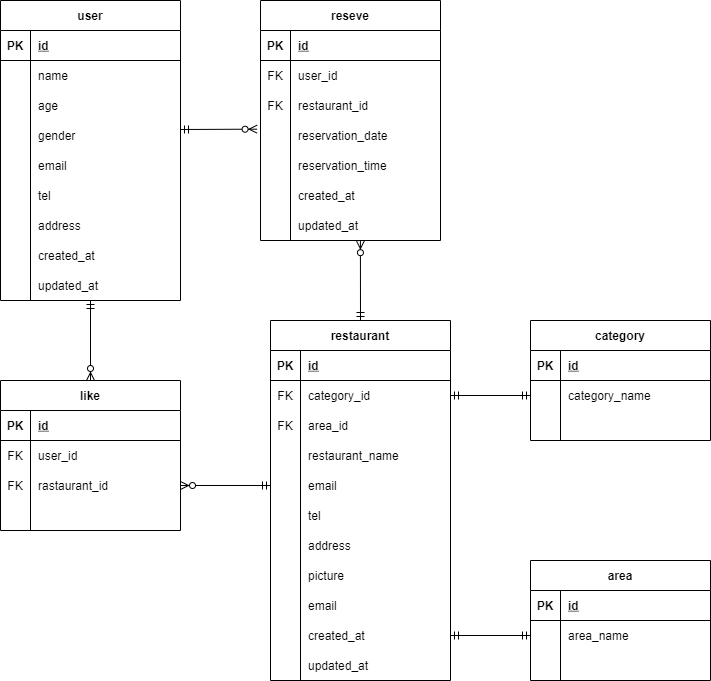
The draw.io diagram 20210920.drawio.png in ryo0709/20210920_er.png, before a commit. Source tidied: cells renumbered, new cells last; positions are measured from the earlier drawing's top-left corner, leaving out a move shared by most shapes.
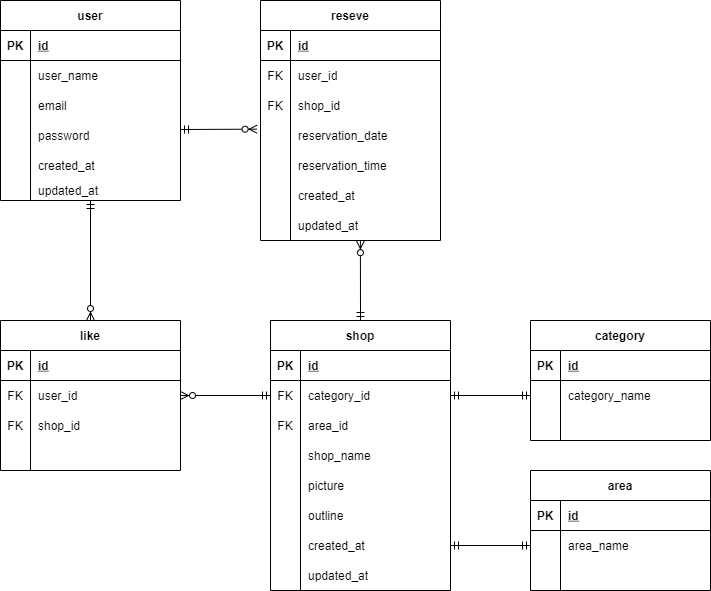
Above is the later version.

Diff of the diagram source:
```diff
@@ -3,7 +3,7 @@
     <mxCell id="0" />
     <mxCell id="1" parent="0" />
     <mxCell id="2" value="user" style="shape=table;startSize=30;rowLines=0;fontStyle=1;align=center;" parent="1" vertex="1">
-      <mxGeometry width="180" height="300" as="geometry" />
+      <mxGeometry width="180" height="200" as="geometry" />
     </mxCell>
     <mxCell id="3" style="shape=partialRectangle;fillColor=none;top=0;left=0;bottom=1;right=0;" parent="2" vertex="1">
       <mxGeometry y="30" width="180" height="30" as="geometry" />
@@ -20,56 +20,29 @@
     <mxCell id="7" style="shape=partialRectangle;fillColor=none;top=0;left=0;bottom=0;right=0;overflow=hidden;" parent="6" vertex="1">
       <mxGeometry width="30" height="30" as="geometry" />
     </mxCell>
-    <mxCell id="8" value="name" style="shape=partialRectangle;fillColor=none;top=0;left=0;bottom=0;right=0;align=left;spacingLeft=6;overflow=hidden;" parent="6" vertex="1">
+    <mxCell id="8" value="user_name" style="shape=partialRectangle;fillColor=none;top=0;left=0;bottom=0;right=0;align=left;spacingLeft=6;overflow=hidden;" parent="6" vertex="1">
       <mxGeometry x="30" width="150" height="30" as="geometry" />
     </mxCell>
-    <mxCell id="9" style="shape=partialRectangle;fillColor=none;top=0;left=0;bottom=0;right=0;" parent="2" vertex="1">
-      <mxGeometry y="90" width="180" height="30" as="geometry" />
-    </mxCell>
-    <mxCell id="10" style="shape=partialRectangle;fillColor=none;top=0;left=0;bottom=0;right=0;overflow=hidden;" parent="9" vertex="1">
-      <mxGeometry width="30" height="30" as="geometry" />
-    </mxCell>
-    <mxCell id="11" value="age" style="shape=partialRectangle;fillColor=none;top=0;left=0;bottom=0;right=0;align=left;spacingLeft=6;overflow=hidden;" parent="9" vertex="1">
-      <mxGeometry x="30" width="150" height="30" as="geometry" />
-    </mxCell>
     <mxCell id="12" style="shape=partialRectangle;fillColor=none;top=0;left=0;bottom=0;right=0;" parent="2" vertex="1">
-      <mxGeometry y="120" width="180" height="30" as="geometry" />
+      <mxGeometry y="90" width="180" height="30" as="geometry" />
     </mxCell>
     <mxCell id="13" style="shape=partialRectangle;fillColor=none;top=0;left=0;bottom=0;right=0;overflow=hidden;" parent="12" vertex="1">
       <mxGeometry width="30" height="30" as="geometry" />
     </mxCell>
-    <mxCell id="14" value="gender" style="shape=partialRectangle;fillColor=none;top=0;left=0;bottom=0;right=0;align=left;spacingLeft=6;overflow=hidden;" parent="12" vertex="1">
+    <mxCell id="14" value="email" style="shape=partialRectangle;fillColor=none;top=0;left=0;bottom=0;right=0;align=left;spacingLeft=6;overflow=hidden;" parent="12" vertex="1">
       <mxGeometry x="30" width="150" height="30" as="geometry" />
     </mxCell>
     <mxCell id="15" style="shape=partialRectangle;fillColor=none;top=0;left=0;bottom=0;right=0;" parent="2" vertex="1">
-      <mxGeometry y="150" width="180" height="30" as="geometry" />
+      <mxGeometry y="120" width="180" height="30" as="geometry" />
     </mxCell>
     <mxCell id="16" style="shape=partialRectangle;fillColor=none;top=0;left=0;bottom=0;right=0;overflow=hidden;" parent="15" vertex="1">
       <mxGeometry width="30" height="30" as="geometry" />
     </mxCell>
-    <mxCell id="17" value="email" style="shape=partialRectangle;fillColor=none;top=0;left=0;bottom=0;right=0;align=left;spacingLeft=6;overflow=hidden;" parent="15" vertex="1">
+    <mxCell id="17" value="password" style="shape=partialRectangle;fillColor=none;top=0;left=0;bottom=0;right=0;align=left;spacingLeft=6;overflow=hidden;" parent="15" vertex="1">
       <mxGeometry x="30" width="150" height="30" as="geometry" />
     </mxCell>
-    <mxCell id="18" style="shape=partialRectangle;fillColor=none;top=0;left=0;bottom=0;right=0;" parent="2" vertex="1">
-      <mxGeometry y="180" width="180" height="30" as="geometry" />
-    </mxCell>
-    <mxCell id="19" style="shape=partialRectangle;fillColor=none;top=0;left=0;bottom=0;right=0;overflow=hidden;" parent="18" vertex="1">
-      <mxGeometry width="30" height="30" as="geometry" />
-    </mxCell>
-    <mxCell id="20" value="tel" style="shape=partialRectangle;fillColor=none;top=0;left=0;bottom=0;right=0;align=left;spacingLeft=6;overflow=hidden;" parent="18" vertex="1">
-      <mxGeometry x="30" width="150" height="30" as="geometry" />
-    </mxCell>
-    <mxCell id="21" style="shape=partialRectangle;fillColor=none;top=0;left=0;bottom=0;right=0;" parent="2" vertex="1">
-      <mxGeometry y="210" width="180" height="30" as="geometry" />
-    </mxCell>
-    <mxCell id="22" style="shape=partialRectangle;fillColor=none;top=0;left=0;bottom=0;right=0;overflow=hidden;" parent="21" vertex="1">
-      <mxGeometry width="30" height="30" as="geometry" />
-    </mxCell>
-    <mxCell id="23" value="address" style="shape=partialRectangle;fillColor=none;top=0;left=0;bottom=0;right=0;align=left;spacingLeft=6;overflow=hidden;" parent="21" vertex="1">
-      <mxGeometry x="30" width="150" height="30" as="geometry" />
-    </mxCell>
     <mxCell id="24" style="shape=partialRectangle;fillColor=none;top=0;left=0;bottom=0;right=0;" parent="2" vertex="1">
-      <mxGeometry y="240" width="180" height="30" as="geometry" />
+      <mxGeometry y="150" width="180" height="30" as="geometry" />
     </mxCell>
     <mxCell id="25" style="shape=partialRectangle;fillColor=none;top=0;left=0;bottom=0;right=0;overflow=hidden;" parent="24" vertex="1">
       <mxGeometry width="30" height="30" as="geometry" />
@@ -78,13 +51,13 @@
       <mxGeometry x="30" width="150" height="30" as="geometry" />
     </mxCell>
     <mxCell id="27" style="shape=partialRectangle;fillColor=none;top=0;left=0;bottom=0;right=0;points=[[0,0.5],[1,0.5]];portConstraint=eastwest;" parent="2" vertex="1">
-      <mxGeometry y="270" width="180" height="30" as="geometry" />
+      <mxGeometry y="180" width="180" height="20" as="geometry" />
     </mxCell>
     <mxCell id="28" style="shape=partialRectangle;fillColor=none;top=0;left=0;bottom=0;right=0;overflow=hidden;" parent="27" vertex="1">
-      <mxGeometry width="30" height="30" as="geometry" />
+      <mxGeometry width="30" height="20" as="geometry" />
     </mxCell>
     <mxCell id="29" value="updated_at" style="shape=partialRectangle;fillColor=none;top=0;left=0;bottom=0;right=0;align=left;spacingLeft=6;overflow=hidden;" parent="27" vertex="1">
-      <mxGeometry x="30" width="150" height="30" as="geometry" />
+      <mxGeometry x="30" width="150" height="20" as="geometry" />
     </mxCell>
     <mxCell id="30" value="reseve" style="shape=table;startSize=30;rowLines=0;fontStyle=1;align=center;" parent="1" vertex="1">
       <mxGeometry x="260" width="180" height="240" as="geometry" />
@@ -113,7 +86,7 @@
     <mxCell id="38" value="FK" style="shape=partialRectangle;fillColor=none;top=0;left=0;bottom=0;right=0;overflow=hidden;" parent="37" vertex="1">
       <mxGeometry width="30" height="30" as="geometry" />
     </mxCell>
-    <mxCell id="39" value="restaurant_id" style="shape=partialRectangle;fillColor=none;top=0;left=0;bottom=0;right=0;align=left;spacingLeft=6;overflow=hidden;" parent="37" vertex="1">
+    <mxCell id="39" value="shop_id" style="shape=partialRectangle;fillColor=none;top=0;left=0;bottom=0;right=0;align=left;spacingLeft=6;overflow=hidden;" parent="37" vertex="1">
       <mxGeometry x="30" width="150" height="30" as="geometry" />
     </mxCell>
     <mxCell id="40" style="shape=partialRectangle;fillColor=none;top=0;left=0;bottom=0;right=0;points=[[0,0.5],[1,0.5]];portConstraint=eastwest;" parent="30" vertex="1">
@@ -152,8 +125,8 @@
     <mxCell id="51" value="updated_at" style="shape=partialRectangle;fillColor=none;top=0;left=0;bottom=0;right=0;align=left;spacingLeft=6;overflow=hidden;" parent="49" vertex="1">
       <mxGeometry x="30" width="150" height="30" as="geometry" />
     </mxCell>
-    <mxCell id="52" value="restaurant" style="shape=table;startSize=30;rowLines=0;fontStyle=1;align=center;" parent="1" vertex="1">
-      <mxGeometry x="270" y="320" width="180" height="360" as="geometry" />
+    <mxCell id="52" value="shop" style="shape=table;startSize=30;rowLines=0;fontStyle=1;align=center;" parent="1" vertex="1">
+      <mxGeometry x="270" y="320" width="180" height="270" as="geometry" />
     </mxCell>
     <mxCell id="53" style="shape=partialRectangle;fillColor=none;top=0;left=0;bottom=1;right=0;" parent="52" vertex="1">
       <mxGeometry y="30" width="180" height="30" as="geometry" />
@@ -188,7 +161,7 @@
     <mxCell id="63" style="shape=partialRectangle;fillColor=none;top=0;left=0;bottom=0;right=0;overflow=hidden;" parent="62" vertex="1">
       <mxGeometry width="30" height="30" as="geometry" />
     </mxCell>
-    <mxCell id="64" value="restaurant_name" style="shape=partialRectangle;fillColor=none;top=0;left=0;bottom=0;right=0;align=left;spacingLeft=6;overflow=hidden;" parent="62" vertex="1">
+    <mxCell id="64" value="shop_name" style="shape=partialRectangle;fillColor=none;top=0;left=0;bottom=0;right=0;align=left;spacingLeft=6;overflow=hidden;" parent="62" vertex="1">
       <mxGeometry x="30" width="150" height="30" as="geometry" />
     </mxCell>
     <mxCell id="65" style="shape=partialRectangle;fillColor=none;top=0;left=0;bottom=0;right=0;points=[[0,0.5],[1,0.5]];portConstraint=eastwest;" parent="52" vertex="1">
@@ -197,47 +170,20 @@
     <mxCell id="66" style="shape=partialRectangle;fillColor=none;top=0;left=0;bottom=0;right=0;overflow=hidden;" parent="65" vertex="1">
       <mxGeometry width="30" height="30" as="geometry" />
     </mxCell>
-    <mxCell id="67" value="email" style="shape=partialRectangle;fillColor=none;top=0;left=0;bottom=0;right=0;align=left;spacingLeft=6;overflow=hidden;" parent="65" vertex="1">
+    <mxCell id="67" value="picture" style="shape=partialRectangle;fillColor=none;top=0;left=0;bottom=0;right=0;align=left;spacingLeft=6;overflow=hidden;" parent="65" vertex="1">
       <mxGeometry x="30" width="150" height="30" as="geometry" />
     </mxCell>
-    <mxCell id="68" style="shape=partialRectangle;fillColor=none;top=0;left=0;bottom=0;right=0;" parent="52" vertex="1">
-      <mxGeometry y="180" width="180" height="30" as="geometry" />
-    </mxCell>
-    <mxCell id="69" style="shape=partialRectangle;fillColor=none;top=0;left=0;bottom=0;right=0;overflow=hidden;" parent="68" vertex="1">
-      <mxGeometry width="30" height="30" as="geometry" />
-    </mxCell>
-    <mxCell id="70" value="tel" style="shape=partialRectangle;fillColor=none;top=0;left=0;bottom=0;right=0;align=left;spacingLeft=6;overflow=hidden;" parent="68" vertex="1">
-      <mxGeometry x="30" width="150" height="30" as="geometry" />
-    </mxCell>
-    <mxCell id="71" style="shape=partialRectangle;fillColor=none;top=0;left=0;bottom=0;right=0;" parent="52" vertex="1">
-      <mxGeometry y="210" width="180" height="30" as="geometry" />
-    </mxCell>
-    <mxCell id="72" style="shape=partialRectangle;fillColor=none;top=0;left=0;bottom=0;right=0;overflow=hidden;" parent="71" vertex="1">
-      <mxGeometry width="30" height="30" as="geometry" />
-    </mxCell>
-    <mxCell id="73" value="address" style="shape=partialRectangle;fillColor=none;top=0;left=0;bottom=0;right=0;align=left;spacingLeft=6;overflow=hidden;" parent="71" vertex="1">
-      <mxGeometry x="30" width="150" height="30" as="geometry" />
-    </mxCell>
     <mxCell id="74" style="shape=partialRectangle;fillColor=none;top=0;left=0;bottom=0;right=0;" parent="52" vertex="1">
-      <mxGeometry y="240" width="180" height="30" as="geometry" />
+      <mxGeometry y="180" width="180" height="30" as="geometry" />
     </mxCell>
     <mxCell id="75" style="shape=partialRectangle;fillColor=none;top=0;left=0;bottom=0;right=0;overflow=hidden;" parent="74" vertex="1">
       <mxGeometry width="30" height="30" as="geometry" />
     </mxCell>
-    <mxCell id="76" value="picture" style="shape=partialRectangle;fillColor=none;top=0;left=0;bottom=0;right=0;align=left;spacingLeft=6;overflow=hidden;" parent="74" vertex="1">
+    <mxCell id="76" value="outline" style="shape=partialRectangle;fillColor=none;top=0;left=0;bottom=0;right=0;align=left;spacingLeft=6;overflow=hidden;" parent="74" vertex="1">
       <mxGeometry x="30" width="150" height="30" as="geometry" />
     </mxCell>
-    <mxCell id="77" style="shape=partialRectangle;fillColor=none;top=0;left=0;bottom=0;right=0;" parent="52" vertex="1">
-      <mxGeometry y="270" width="180" height="30" as="geometry" />
-    </mxCell>
-    <mxCell id="78" style="shape=partialRectangle;fillColor=none;top=0;left=0;bottom=0;right=0;overflow=hidden;" parent="77" vertex="1">
-      <mxGeometry width="30" height="30" as="geometry" />
-    </mxCell>
-    <mxCell id="79" value="email" style="shape=partialRectangle;fillColor=none;top=0;left=0;bottom=0;right=0;align=left;spacingLeft=6;overflow=hidden;" parent="77" vertex="1">
-      <mxGeometry x="30" width="150" height="30" as="geometry" />
-    </mxCell>
     <mxCell id="80" style="shape=partialRectangle;fillColor=none;top=0;left=0;bottom=0;right=0;points=[[0,0.5],[1,0.5]];portConstraint=eastwest;" parent="52" vertex="1">
-      <mxGeometry y="300" width="180" height="30" as="geometry" />
+      <mxGeometry y="210" width="180" height="30" as="geometry" />
     </mxCell>
     <mxCell id="81" style="shape=partialRectangle;fillColor=none;top=0;left=0;bottom=0;right=0;overflow=hidden;" parent="80" vertex="1">
       <mxGeometry width="30" height="30" as="geometry" />
@@ -246,7 +192,7 @@
       <mxGeometry x="30" width="150" height="30" as="geometry" />
     </mxCell>
     <mxCell id="83" style="shape=partialRectangle;fillColor=none;top=0;left=0;bottom=0;right=0;" parent="52" vertex="1">
-      <mxGeometry y="330" width="180" height="30" as="geometry" />
+      <mxGeometry y="240" width="180" height="30" as="geometry" />
     </mxCell>
     <mxCell id="84" style="shape=partialRectangle;fillColor=none;top=0;left=0;bottom=0;right=0;overflow=hidden;" parent="83" vertex="1">
       <mxGeometry width="30" height="30" as="geometry" />
@@ -255,7 +201,7 @@
       <mxGeometry x="30" width="150" height="30" as="geometry" />
     </mxCell>
     <mxCell id="86" value="area" style="shape=table;startSize=30;rowLines=0;fontStyle=1;align=center;" parent="1" vertex="1">
-      <mxGeometry x="530" y="560" width="180" height="120" as="geometry" />
+      <mxGeometry x="530" y="470" width="180" height="120" as="geometry" />
     </mxCell>
     <mxCell id="87" style="shape=partialRectangle;fillColor=none;top=0;left=0;bottom=1;right=0;" parent="86" vertex="1">
       <mxGeometry y="30" width="180" height="30" as="geometry" />
@@ -285,7 +231,7 @@
       <mxGeometry x="30" width="150" height="30" as="geometry" />
     </mxCell>
     <mxCell id="96" value="like" style="shape=table;startSize=30;rowLines=0;fontStyle=1;align=center;" parent="1" vertex="1">
-      <mxGeometry y="380" width="180" height="150" as="geometry" />
+      <mxGeometry y="320" width="180" height="150" as="geometry" />
     </mxCell>
     <mxCell id="97" style="shape=partialRectangle;fillColor=none;top=0;left=0;bottom=1;right=0;" parent="96" vertex="1">
       <mxGeometry y="30" width="180" height="30" as="geometry" />
@@ -311,7 +257,7 @@
     <mxCell id="104" value="FK" style="shape=partialRectangle;fillColor=none;top=0;left=0;bottom=0;right=0;overflow=hidden;" parent="103" vertex="1">
       <mxGeometry width="30" height="30" as="geometry" />
     </mxCell>
-    <mxCell id="105" value="rastaurant_id" style="shape=partialRectangle;fillColor=none;top=0;left=0;bottom=0;right=0;align=left;spacingLeft=6;overflow=hidden;" parent="103" vertex="1">
+    <mxCell id="105" value="shop_id" style="shape=partialRectangle;fillColor=none;top=0;left=0;bottom=0;right=0;align=left;spacingLeft=6;overflow=hidden;" parent="103" vertex="1">
       <mxGeometry x="30" width="150" height="30" as="geometry" />
     </mxCell>
     <mxCell id="106" style="shape=partialRectangle;fillColor=none;top=0;left=0;bottom=0;right=0;" parent="96" vertex="1">
@@ -353,12 +299,10 @@
     <mxCell id="118" style="shape=partialRectangle;fillColor=none;top=0;left=0;bottom=0;right=0;align=left;spacingLeft=6;overflow=hidden;" parent="116" vertex="1">
       <mxGeometry x="30" width="150" height="30" as="geometry" />
     </mxCell>
-    <mxCell id="119" style="endArrow=ERzeroToMany;html=1;rounded=0;entryX=0.5;entryY=0;entryDx=0;entryDy=0;startArrow=ERmandOne;startFill=0;endFill=1;" parent="1" edge="1" target="96">
-      <mxGeometry relative="1" as="geometry">
-        <mxPoint x="90" y="300" as="sourcePoint" />
-      </mxGeometry>
+    <mxCell id="119" style="endArrow=ERzeroToMany;html=1;rounded=0;entryX=0.5;entryY=0;entryDx=0;entryDy=0;startArrow=ERmandOne;startFill=0;endFill=1;" parent="1" edge="1" source="27" target="96">
+      <mxGeometry relative="1" as="geometry" />
     </mxCell>
-    <mxCell id="120" style="endArrow=ERzeroToMany;html=1;rounded=0;startArrow=ERmandOne;startFill=0;endFill=1;exitX=0;exitY=0.5;exitDx=0;exitDy=0;entryX=1;entryY=0.5;entryDx=0;entryDy=0;" parent="1" edge="1" source="65" target="103">
+    <mxCell id="120" style="endArrow=ERzeroToMany;html=1;rounded=0;startArrow=ERmandOne;startFill=0;endFill=1;exitX=0;exitY=0.5;exitDx=0;exitDy=0;entryX=1;entryY=0.5;entryDx=0;entryDy=0;" parent="1" edge="1" source="56" target="100">
       <mxGeometry relative="1" as="geometry" />
     </mxCell>
     <mxCell id="121" style="endArrow=ERmandOne;html=1;rounded=0;entryX=0;entryY=0.5;entryDx=0;entryDy=0;startArrow=ERmandOne;startFill=0;endFill=0;exitX=1;exitY=0.5;exitDx=0;exitDy=0;" parent="1" edge="1" source="80" target="90">
```
